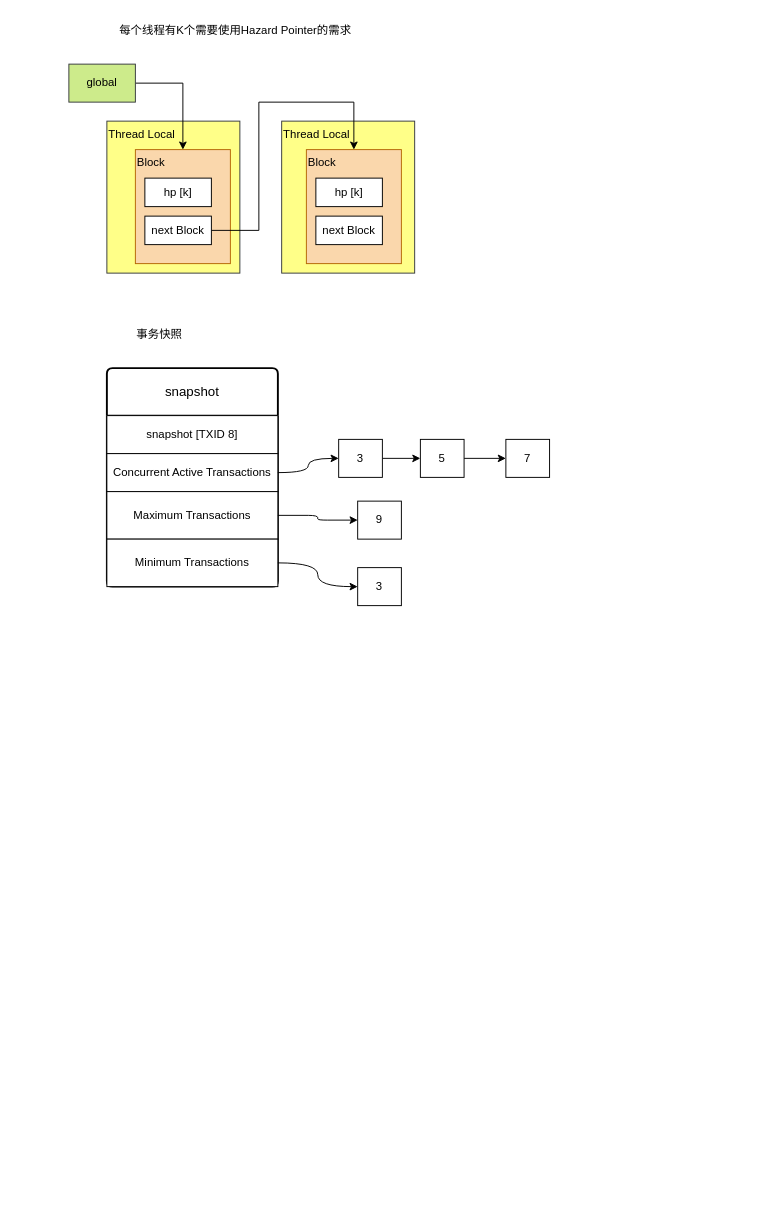
Above: draw/hazardPointer.drawio in BxcGit/draw (draw.io), before the change. Source tidied: cells renumbered, new cells numbered last; positions are measured from the earlier drawing's top-left corner, leaving out a move shared by most shapes. Both pictures are drawn from the tidied source at 95%, with x=0, y=0 at pixel (68, 16).
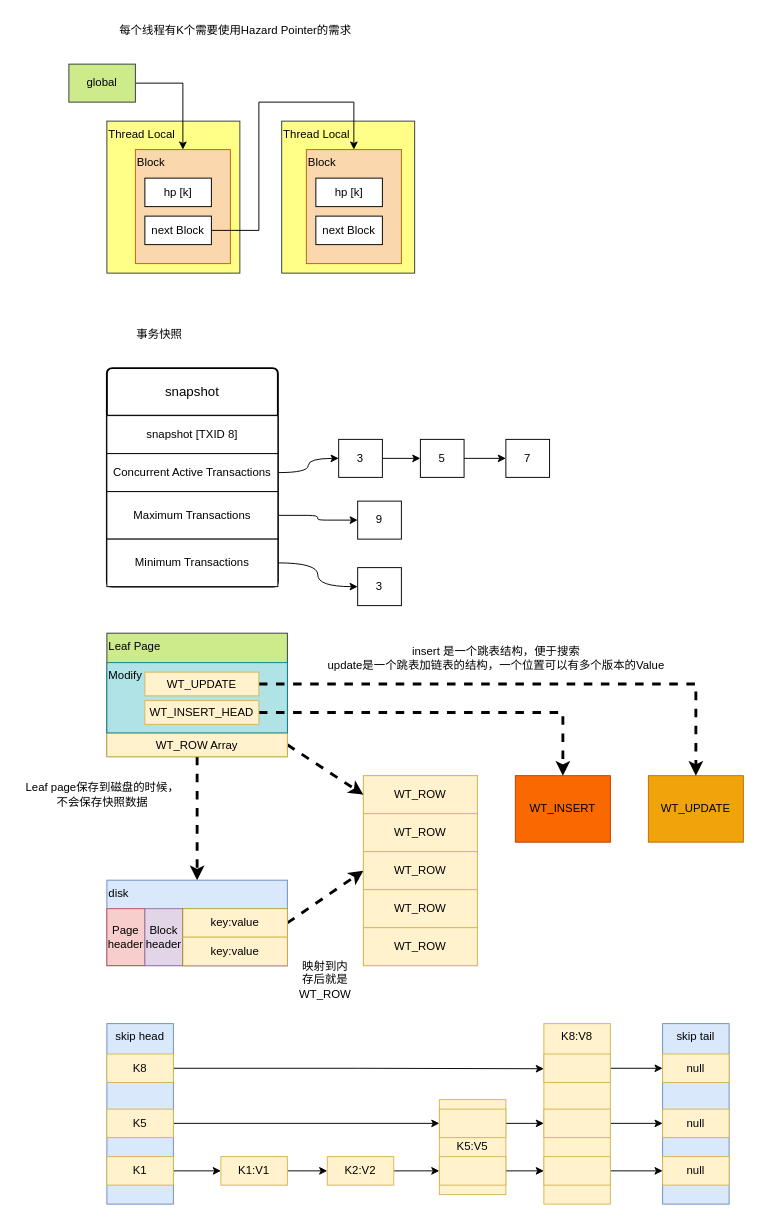
The same page after the edit.

Change to the diagram source:
```diff
@@
+    <mxCell id="30" style="edgeStyle=orthogonalEdgeStyle;rounded=0;jettySize=auto;html=1;entryX=0.5;entryY=0;entryDx=0;entryDy=0;dashed=1;strokeWidth=3;" parent="1" edge="1" source="31" target="32">
+      <mxGeometry relative="1" as="geometry" />
+    </mxCell>
+    <mxCell id="31" value="Leaf Page" style="rounded=0;whiteSpace=wrap;html=1;align=left;horizontal=1;verticalAlign=top;fillColor=#cdeb8b;strokeColor=#36393d;" parent="1" vertex="1">
+      <mxGeometry x="40" y="649" width="190" height="130" as="geometry" />
+    </mxCell>
+    <mxCell id="32" value="disk" style="rounded=0;whiteSpace=wrap;html=1;align=left;verticalAlign=top;fillColor=#dae8fc;strokeColor=#6c8ebf;" parent="1" vertex="1">
+      <mxGeometry x="40" y="909" width="190" height="90" as="geometry" />
+    </mxCell>
+    <mxCell id="33" value="Page header" style="rounded=0;whiteSpace=wrap;html=1;fillColor=#f8cecc;strokeColor=#b85450;" parent="1" vertex="1">
+      <mxGeometry x="40" y="939" width="40" height="60" as="geometry" />
+    </mxCell>
+    <mxCell id="34" value="Block&lt;br&gt;header" style="rounded=0;whiteSpace=wrap;html=1;fillColor=#e1d5e7;strokeColor=#9673a6;" parent="1" vertex="1">
+      <mxGeometry x="80" y="939" width="40" height="60" as="geometry" />
+    </mxCell>
+    <mxCell id="35" style="rounded=0;whiteSpace=wrap;html=1;" parent="1" vertex="1">
+      <mxGeometry x="120" y="939" width="110" height="60" as="geometry" />
+    </mxCell>
+    <mxCell id="36" style="rounded=0;jettySize=auto;html=1;exitX=1;exitY=0.5;exitDx=0;exitDy=0;entryX=0;entryY=0.5;entryDx=0;entryDy=0;strokeWidth=3;dashed=1;" parent="1" edge="1" source="37" target="40">
+      <mxGeometry relative="1" as="geometry" />
+    </mxCell>
+    <mxCell id="37" value="key:value" style="rounded=0;whiteSpace=wrap;html=1;fillColor=#fff2cc;strokeColor=#d6b656;" parent="1" vertex="1">
+      <mxGeometry x="120" y="939" width="110" height="30" as="geometry" />
+    </mxCell>
+    <mxCell id="38" value="key:value" style="rounded=0;whiteSpace=wrap;html=1;fillColor=#fff2cc;strokeColor=#d6b656;" parent="1" vertex="1">
+      <mxGeometry x="120" y="969" width="110" height="30" as="geometry" />
+    </mxCell>
+    <mxCell id="39" value="Leaf page保存到磁盘的时候，&lt;br&gt;不会保存快照数据" style="text;html=1;align=center;verticalAlign=middle;strokeColor=none;fillColor=none;" parent="1" vertex="1">
+      <mxGeometry x="-55" y="799" width="180" height="40" as="geometry" />
+    </mxCell>
+    <mxCell id="40" style="rounded=0;whiteSpace=wrap;html=1;fillColor=#fff2cc;strokeColor=#d6b656;align=center;verticalAlign=top;" parent="1" vertex="1">
+      <mxGeometry x="310" y="799" width="120" height="200" as="geometry" />
+    </mxCell>
+    <mxCell id="41" value="WT_INSERT" style="rounded=0;whiteSpace=wrap;html=1;fillColor=#fa6800;fontColor=#000000;strokeColor=#C73500;" parent="1" vertex="1">
+      <mxGeometry x="470" y="799" width="100" height="70" as="geometry" />
+    </mxCell>
+    <mxCell id="42" value="映射到内存后就是WT_ROW" style="text;html=1;strokeColor=none;fillColor=none;align=center;verticalAlign=middle;whiteSpace=wrap;rounded=0;" parent="1" vertex="1">
+      <mxGeometry x="240" y="999" width="60" height="30" as="geometry" />
+    </mxCell>
+    <mxCell id="43" value="WT_ROW" style="rounded=0;whiteSpace=wrap;html=1;fillColor=#fff2cc;strokeColor=#d6b656;" parent="1" vertex="1">
+      <mxGeometry x="310" y="799" width="120" height="40" as="geometry" />
+    </mxCell>
+    <mxCell id="44" value="WT_ROW" style="rounded=0;whiteSpace=wrap;html=1;fillColor=#fff2cc;strokeColor=#d6b656;" parent="1" vertex="1">
+      <mxGeometry x="310" y="839" width="120" height="40" as="geometry" />
+    </mxCell>
+    <mxCell id="45" value="WT_ROW" style="rounded=0;whiteSpace=wrap;html=1;fillColor=#fff2cc;strokeColor=#d6b656;" parent="1" vertex="1">
+      <mxGeometry x="310" y="879" width="120" height="40" as="geometry" />
+    </mxCell>
+    <mxCell id="46" value="WT_ROW" style="rounded=0;whiteSpace=wrap;html=1;fillColor=#fff2cc;strokeColor=#d6b656;" parent="1" vertex="1">
+      <mxGeometry x="310" y="919" width="120" height="40" as="geometry" />
+    </mxCell>
+    <mxCell id="47" value="WT_ROW" style="rounded=0;whiteSpace=wrap;html=1;fillColor=#fff2cc;strokeColor=#d6b656;" parent="1" vertex="1">
+      <mxGeometry x="310" y="959" width="120" height="40" as="geometry" />
+    </mxCell>
+    <mxCell id="48" style="rounded=0;jettySize=auto;html=1;exitX=1;exitY=0.5;exitDx=0;exitDy=0;entryX=0;entryY=0.5;entryDx=0;entryDy=0;strokeWidth=3;dashed=1;" parent="1" edge="1" source="49" target="43">
+      <mxGeometry relative="1" as="geometry" />
+    </mxCell>
+    <mxCell id="49" value="WT_ROW Array" style="rounded=0;whiteSpace=wrap;html=1;fillColor=#fff2cc;strokeColor=#d6b656;" parent="1" vertex="1">
+      <mxGeometry x="40" y="754" width="190" height="25" as="geometry" />
+    </mxCell>
+    <mxCell id="50" value="WT_UPDATE" style="rounded=0;whiteSpace=wrap;html=1;fillColor=#f0a30a;fontColor=#000000;strokeColor=#BD7000;" parent="1" vertex="1">
+      <mxGeometry x="610" y="799" width="100" height="70" as="geometry" />
+    </mxCell>
+    <mxCell id="51" value="Modify" style="rounded=0;whiteSpace=wrap;html=1;align=left;verticalAlign=top;fillColor=#b0e3e6;strokeColor=#0e8088;" parent="1" vertex="1">
+      <mxGeometry x="40" y="680" width="190" height="74" as="geometry" />
+    </mxCell>
+    <mxCell id="52" style="edgeStyle=orthogonalEdgeStyle;rounded=0;jettySize=auto;html=1;entryX=0.5;entryY=0;entryDx=0;entryDy=0;strokeWidth=3;dashed=1;" parent="1" edge="1" source="53" target="41">
+      <mxGeometry relative="1" as="geometry" />
+    </mxCell>
+    <mxCell id="53" value="WT_INSERT_HEAD" style="rounded=0;whiteSpace=wrap;html=1;fillColor=#fff2cc;strokeColor=#d6b656;" parent="1" vertex="1">
+      <mxGeometry x="80" y="720" width="120" height="25" as="geometry" />
+    </mxCell>
+    <mxCell id="54" style="edgeStyle=orthogonalEdgeStyle;rounded=0;jettySize=auto;html=1;entryX=0.5;entryY=0;entryDx=0;entryDy=0;strokeWidth=3;dashed=1;" parent="1" edge="1" source="55" target="50">
+      <mxGeometry relative="1" as="geometry" />
+    </mxCell>
+    <mxCell id="55" value="WT_UPDATE" style="rounded=0;whiteSpace=wrap;html=1;fillColor=#fff2cc;strokeColor=#d6b656;" parent="1" vertex="1">
+      <mxGeometry x="80" y="690" width="120" height="25" as="geometry" />
+    </mxCell>
+    <mxCell id="56" value="skip head" style="rounded=0;whiteSpace=wrap;html=1;verticalAlign=top;align=center;fillColor=#dae8fc;strokeColor=#6c8ebf;" parent="1" vertex="1">
+      <mxGeometry x="40" y="1060" width="70" height="190" as="geometry" />
+    </mxCell>
+    <mxCell id="57" value="insert 是一个跳表结构，便于搜索&lt;br&gt;update是一个跳表加链表的结构，一个位置可以有多个版本的Value" style="text;html=1;strokeColor=none;fillColor=none;align=center;verticalAlign=middle;whiteSpace=wrap;rounded=0;" parent="1" vertex="1">
+      <mxGeometry x="230" y="660" width="440" height="30" as="geometry" />
+    </mxCell>
+    <mxCell id="58" style="edgeStyle=orthogonalEdgeStyle;rounded=0;jettySize=auto;html=1;entryX=0;entryY=0.25;entryDx=0;entryDy=0;" parent="1" edge="1" source="59" target="66">
+      <mxGeometry relative="1" as="geometry" />
+    </mxCell>
+    <mxCell id="59" value="K8" style="rounded=0;whiteSpace=wrap;html=1;fillColor=#fff2cc;strokeColor=#d6b656;" parent="1" vertex="1">
+      <mxGeometry x="40" y="1092" width="70" height="30" as="geometry" />
+    </mxCell>
+    <mxCell id="60" style="edgeStyle=orthogonalEdgeStyle;rounded=0;jettySize=auto;html=1;entryX=0;entryY=0.25;entryDx=0;entryDy=0;" parent="1" edge="1" source="61" target="67">
+      <mxGeometry relative="1" as="geometry" />
+    </mxCell>
+    <mxCell id="61" value="K5" style="rounded=0;whiteSpace=wrap;html=1;fillColor=#fff2cc;strokeColor=#d6b656;" parent="1" vertex="1">
+      <mxGeometry x="40" y="1150" width="70" height="30" as="geometry" />
+    </mxCell>
+    <mxCell id="62" style="edgeStyle=orthogonalEdgeStyle;rounded=0;jettySize=auto;html=1;" parent="1" edge="1" source="63" target="65">
+      <mxGeometry relative="1" as="geometry" />
+    </mxCell>
+    <mxCell id="63" value="K1" style="rounded=0;whiteSpace=wrap;html=1;fillColor=#fff2cc;strokeColor=#d6b656;" parent="1" vertex="1">
+      <mxGeometry x="40" y="1200" width="70" height="30" as="geometry" />
+    </mxCell>
+    <mxCell id="64" style="edgeStyle=orthogonalEdgeStyle;rounded=0;jettySize=auto;html=1;" parent="1" edge="1" source="65" target="70">
+      <mxGeometry relative="1" as="geometry" />
+    </mxCell>
+    <mxCell id="65" value="K1:V1" style="rounded=0;whiteSpace=wrap;html=1;fillColor=#fff2cc;strokeColor=#d6b656;" parent="1" vertex="1">
+      <mxGeometry x="160" y="1200" width="70" height="30" as="geometry" />
+    </mxCell>
+    <mxCell id="66" value="K8:V8" style="rounded=0;whiteSpace=wrap;html=1;fillColor=#fff2cc;strokeColor=#d6b656;verticalAlign=top;" parent="1" vertex="1">
+      <mxGeometry x="500" y="1060" width="70" height="190" as="geometry" />
+    </mxCell>
+    <mxCell id="67" value="K5:V5" style="rounded=0;whiteSpace=wrap;html=1;fillColor=#fff2cc;strokeColor=#d6b656;" parent="1" vertex="1">
+      <mxGeometry x="390" y="1140" width="70" height="100" as="geometry" />
+    </mxCell>
+    <mxCell id="68" value="skip tail" style="rounded=0;whiteSpace=wrap;html=1;verticalAlign=top;align=center;fillColor=#dae8fc;strokeColor=#6c8ebf;" parent="1" vertex="1">
+      <mxGeometry x="625" y="1060" width="70" height="190" as="geometry" />
+    </mxCell>
+    <mxCell id="69" style="edgeStyle=orthogonalEdgeStyle;rounded=0;jettySize=auto;html=1;entryX=0;entryY=0.75;entryDx=0;entryDy=0;" parent="1" edge="1" source="70" target="67">
+      <mxGeometry relative="1" as="geometry" />
+    </mxCell>
+    <mxCell id="70" value="K2:V2" style="rounded=0;whiteSpace=wrap;html=1;fillColor=#fff2cc;strokeColor=#d6b656;" parent="1" vertex="1">
+      <mxGeometry x="272" y="1200" width="70" height="30" as="geometry" />
+    </mxCell>
+    <mxCell id="71" value="null" style="rounded=0;whiteSpace=wrap;html=1;fillColor=#fff2cc;strokeColor=#d6b656;" parent="1" vertex="1">
+      <mxGeometry x="625" y="1200" width="70" height="30" as="geometry" />
+    </mxCell>
+    <mxCell id="72" value="null" style="rounded=0;whiteSpace=wrap;html=1;fillColor=#fff2cc;strokeColor=#d6b656;" parent="1" vertex="1">
+      <mxGeometry x="625" y="1150" width="70" height="30" as="geometry" />
+    </mxCell>
+    <mxCell id="73" value="null" style="rounded=0;whiteSpace=wrap;html=1;fillColor=#fff2cc;strokeColor=#d6b656;" parent="1" vertex="1">
+      <mxGeometry x="625" y="1092" width="70" height="30" as="geometry" />
+    </mxCell>
+    <mxCell id="74" style="edgeStyle=orthogonalEdgeStyle;rounded=0;jettySize=auto;html=1;entryX=0;entryY=0.5;entryDx=0;entryDy=0;" parent="1" edge="1" source="75" target="77">
+      <mxGeometry relative="1" as="geometry" />
+    </mxCell>
+    <mxCell id="75" style="rounded=0;whiteSpace=wrap;html=1;fillColor=#fff2cc;strokeColor=#d6b656;" parent="1" vertex="1">
+      <mxGeometry x="390" y="1200" width="70" height="30" as="geometry" />
+    </mxCell>
+    <mxCell id="76" style="edgeStyle=orthogonalEdgeStyle;rounded=0;jettySize=auto;html=1;entryX=0;entryY=0.5;entryDx=0;entryDy=0;" parent="1" edge="1" source="77" target="71">
+      <mxGeometry relative="1" as="geometry" />
+    </mxCell>
+    <mxCell id="77" style="rounded=0;whiteSpace=wrap;html=1;fillColor=#fff2cc;strokeColor=#d6b656;" parent="1" vertex="1">
+      <mxGeometry x="500" y="1200" width="70" height="30" as="geometry" />
+    </mxCell>
+    <mxCell id="78" style="edgeStyle=orthogonalEdgeStyle;rounded=0;jettySize=auto;html=1;" parent="1" edge="1" source="79" target="81">
+      <mxGeometry relative="1" as="geometry" />
+    </mxCell>
+    <mxCell id="79" style="rounded=0;whiteSpace=wrap;html=1;fillColor=#fff2cc;strokeColor=#d6b656;" parent="1" vertex="1">
+      <mxGeometry x="390" y="1150" width="70" height="30" as="geometry" />
+    </mxCell>
+    <mxCell id="80" style="edgeStyle=orthogonalEdgeStyle;rounded=0;jettySize=auto;html=1;entryX=0;entryY=0.5;entryDx=0;entryDy=0;" parent="1" edge="1" source="81" target="72">
+      <mxGeometry relative="1" as="geometry" />
+    </mxCell>
+    <mxCell id="81" style="rounded=0;whiteSpace=wrap;html=1;fillColor=#fff2cc;strokeColor=#d6b656;" parent="1" vertex="1">
+      <mxGeometry x="500" y="1150" width="70" height="30" as="geometry" />
+    </mxCell>
+    <mxCell id="82" style="edgeStyle=orthogonalEdgeStyle;rounded=0;jettySize=auto;html=1;" parent="1" edge="1" source="83" target="73">
+      <mxGeometry relative="1" as="geometry" />
+    </mxCell>
+    <mxCell id="83" style="rounded=0;whiteSpace=wrap;html=1;fillColor=#fff2cc;strokeColor=#d6b656;" parent="1" vertex="1">
+      <mxGeometry x="500" y="1092" width="70" height="30" as="geometry" />
+    </mxCell>
```
